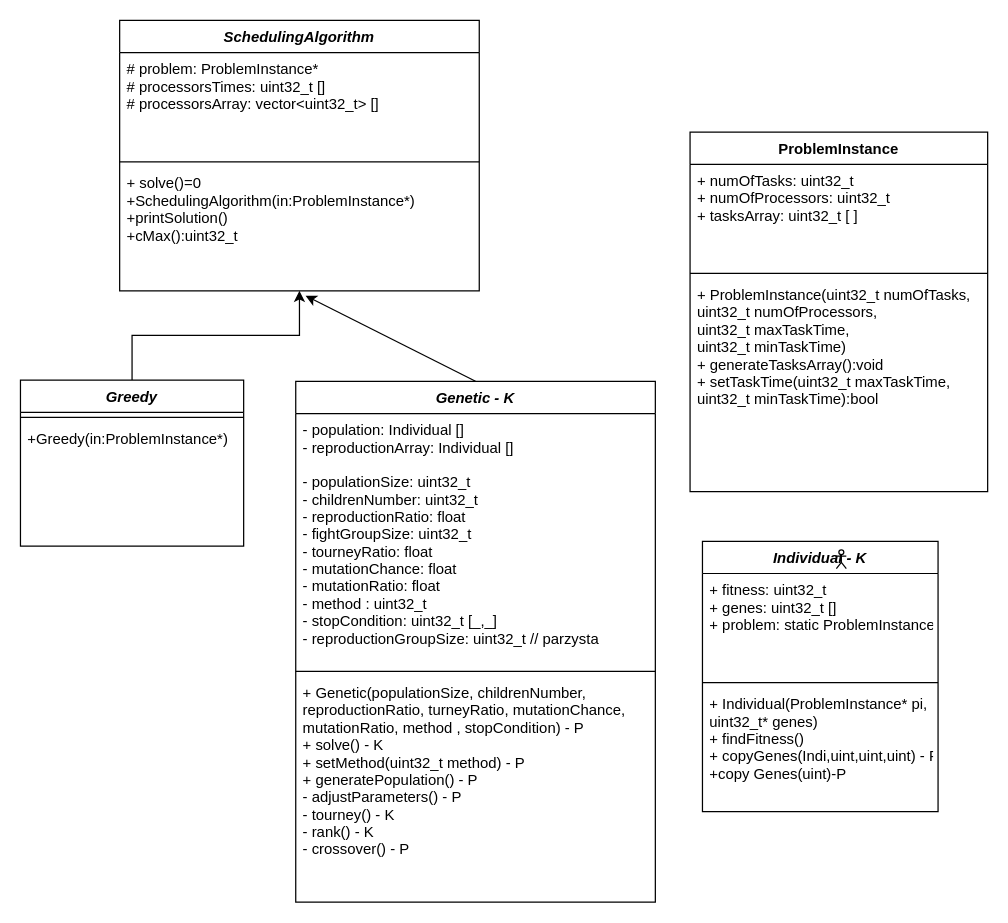
The draw.io diagram ClassDiagram.drawio in linek150/TasksSchedulingMetaheurystic, before the edit. Source tidied: cells renumbered, new cells numbered last; positions are measured from the earlier drawing's top-left corner, leaving out a move shared by most shapes. Both pictures are drawn from the tidied source at 124%, with x=0, y=0 at pixel (20, 20).
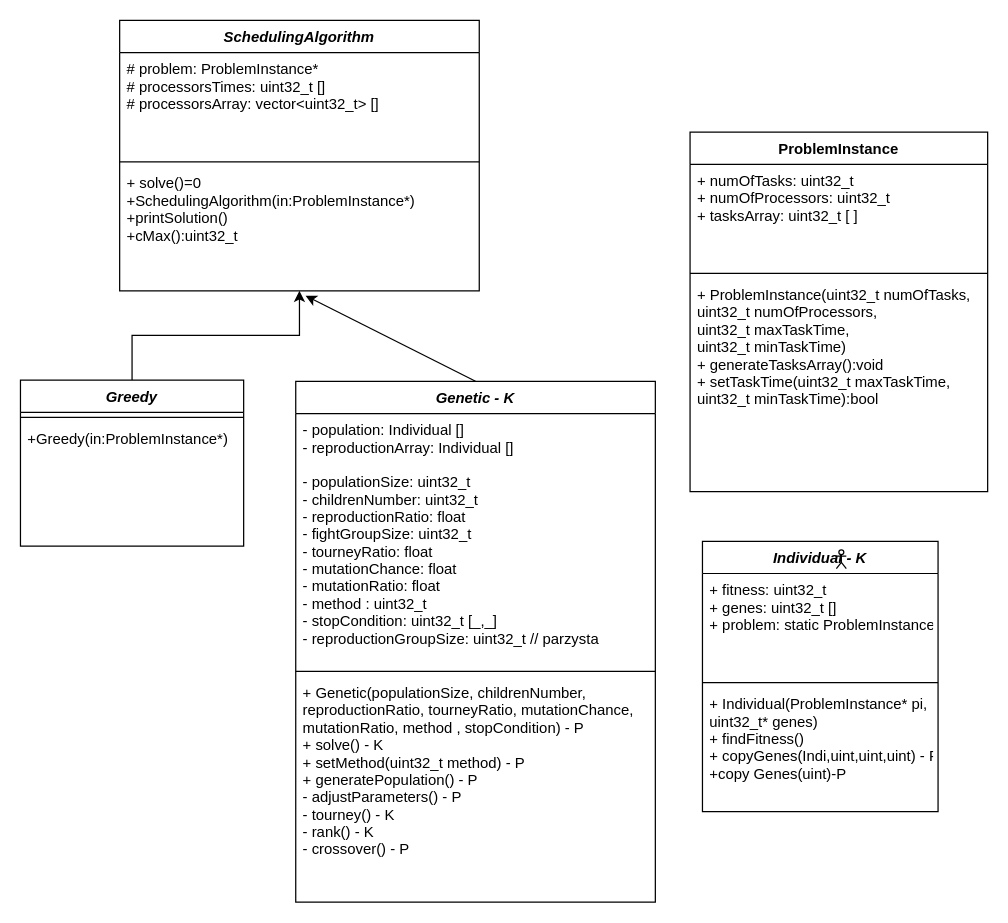
The same diagram, later.

The change refers to these unchanged cells:
```xml
<mxCell id="14" value="Genetic - K" style="swimlane;fontStyle=3;align=center;verticalAlign=top;horizontal=1;startSize=26;" parent="1" vertex="1">
  <mxGeometry x="222" y="291" width="290" height="420" as="geometry" />
</mxCell>
```

Change to the diagram source:
```diff
@@
-    <mxCell id="17" value="+ Genetic(populationSize, childrenNumber,&#10;reproductionRatio, turneyRatio, mutationChance,&#10;mutationRatio, method , stopCondition) - P&#10;+ solve() - K &#10;+ setMethod(uint32_t method) - P&#10;+ generatePopulation() - P&#10;- adjustParameters() - P&#10;- tourney() - K&#10;- rank() - K&#10;- crossover() - P" style="text;strokeColor=none;fillColor=none;align=left;verticalAlign=top;spacingLeft=4;spacingRight=4;overflow=hidden;fontStyle=0;" parent="14" vertex="1">
+    <mxCell id="17" value="+ Genetic(populationSize, childrenNumber,&#10;reproductionRatio, tourneyRatio, mutationChance,&#10;mutationRatio, method , stopCondition) - P&#10;+ solve() - K &#10;+ setMethod(uint32_t method) - P&#10;+ generatePopulation() - P&#10;- adjustParameters() - P&#10;- tourney() - K&#10;- rank() - K&#10;- crossover() - P" style="text;strokeColor=none;fillColor=none;align=left;verticalAlign=top;spacingLeft=4;spacingRight=4;overflow=hidden;fontStyle=0;" parent="14" vertex="1">
       <mxGeometry y="238" width="290" height="182" as="geometry" />
     </mxCell>
```
